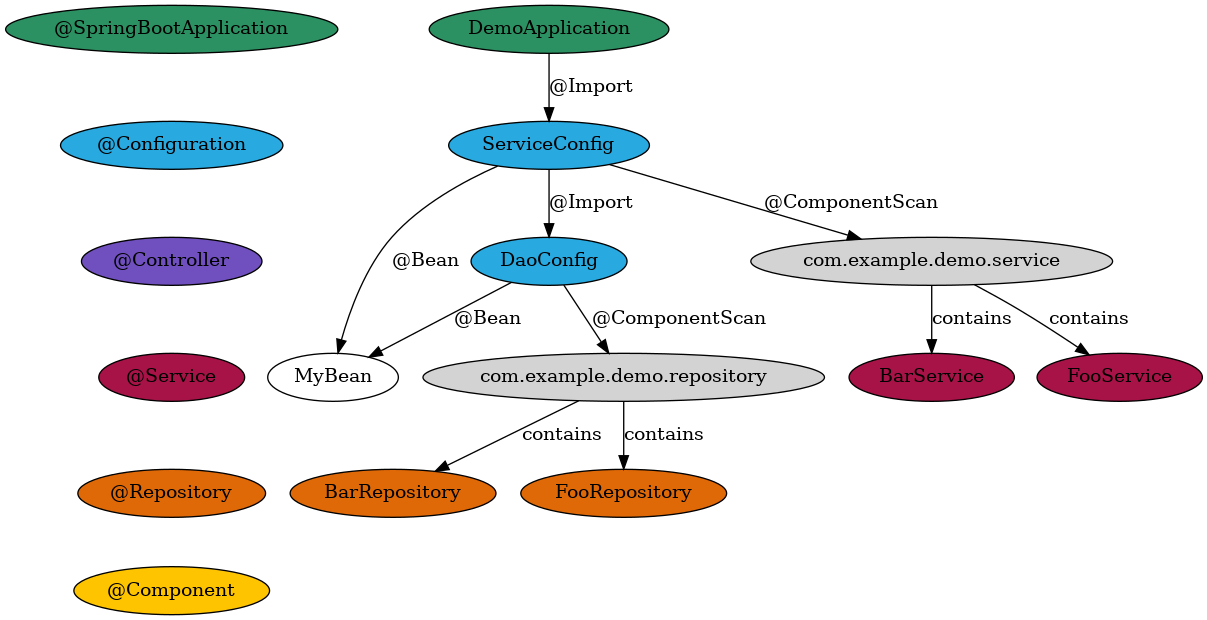
This is demo/example.png from rudsvar/spring-visualizer, a Graphviz export, as it was before one commit. Its source is kept beside it as demo/example.dot. Its diagram source:
```dot
digraph Components {
    # Legend
    "@SpringBootApplication" [fillcolor="#2c9162",style=filled];
    "@Configuration" [fillcolor="#28a9e0",style=filled];
    "@Controller" [fillcolor="#7050bf",style=filled];
    "@Service" [fillcolor="#a81347",style=filled];
    "@Repository" [fillcolor="#e06907",style=filled];
    "@Component" [fillcolor="#ffc400",style=filled];

    # Align legend
    "@SpringBootApplication" -> "@Configuration" [style=invis];
    "@Configuration" -> "@Controller" [style=invis];
    "@Controller" -> "@Service" [style=invis];
    "@Service" -> "@Repository" [style=invis];
    "@Repository" -> "@Component" [style=invis];
```
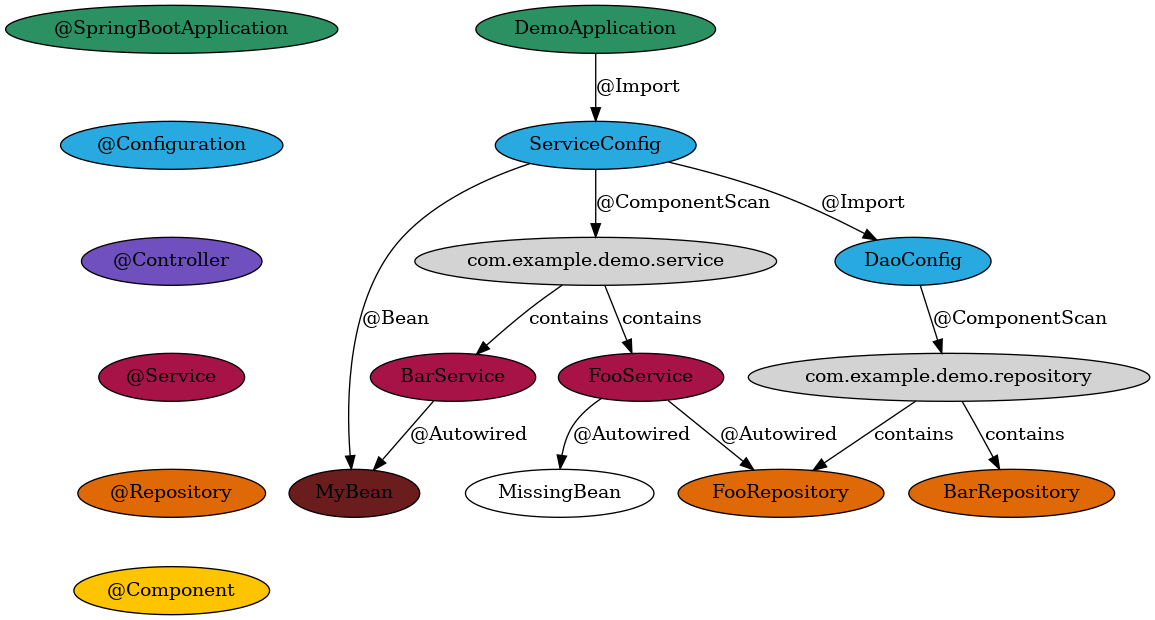
The same file after the commit.

Commit message:
Make parser more robust and update example

The edit, as a diff of the source:
```diff
@@ -13,3 +13,27 @@
     "@Controller" -> "@Service" [style=invis];
     "@Service" -> "@Repository" [style=invis];
     "@Repository" -> "@Component" [style=invis];
+
+    DemoApplication [fillcolor="#2c9162"style=filled];
+    DemoApplication -> ServiceConfig [label="@Import"];
+    BarService [fillcolor="#a81347"style=filled];
+    BarService -> MyBean [label="@Autowired"];
+    FooService [fillcolor="#a81347"style=filled];
+    FooService -> MissingBean [label="@Autowired"];
+    FooService -> FooRepository [label="@Autowired"];
+    ServiceConfig [fillcolor="#28a9e0"style=filled];
+    ServiceConfig -> DaoConfig [label="@Import"];
+    "com.example.demo.service" [style=filled];
+    "ServiceConfig" -> "com.example.demo.service" [label="@ComponentScan"];
+    "com.example.demo.service" -> BarService [label=contains];
+    "com.example.demo.service" -> FooService [label=contains];
+    MyBean [fillcolor="#6b1d1d",style=filled];
+    ServiceConfig -> MyBean [label="@Bean"];
+    BarRepository [fillcolor="#e06907"style=filled];
+    FooRepository [fillcolor="#e06907"style=filled];
+    DaoConfig [fillcolor="#28a9e0"style=filled];
+    "com.example.demo.repository" [style=filled];
+    "DaoConfig" -> "com.example.demo.repository" [label="@ComponentScan"];
+    "com.example.demo.repository" -> BarRepository [label=contains];
+    "com.example.demo.repository" -> FooRepository [label=contains];
+}
```
